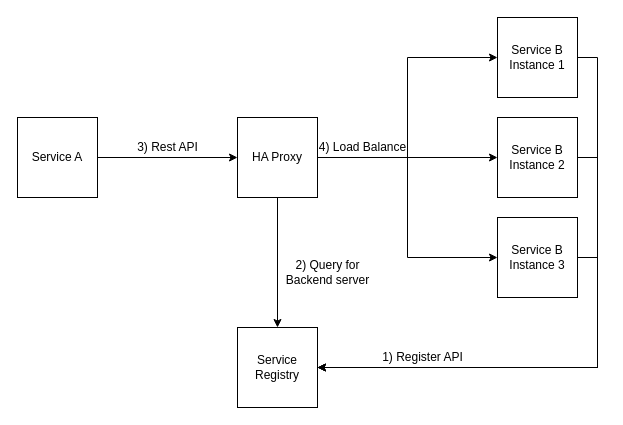
Earlier version of the draw.io diagram Untitled Diagram.drawio (virendarkmr/diagram). Source tidied: cells renumbered, new cells numbered last; positions are measured from the earlier drawing's top-left corner, leaving out a move shared by most shapes. Both pictures are drawn from the tidied source at 100%, with x=0, y=0 at pixel (17, 17).
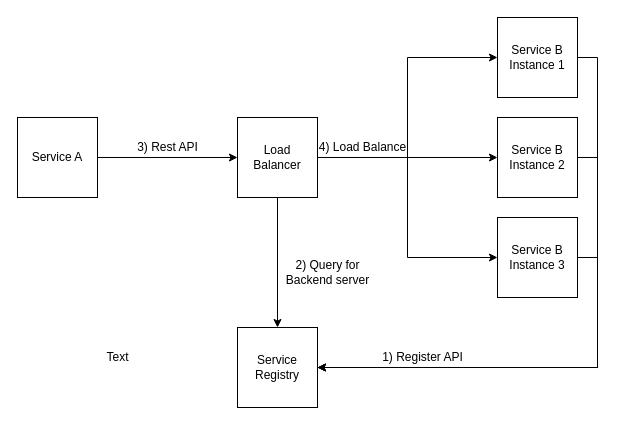
After the change.

Commit message:
changed haproxy to load balancer

Change to the diagram source:
```diff
@@
-    <mxCell id="4" value="HA Proxy" style="whiteSpace=wrap;html=1;" parent="1" vertex="1">
+    <mxCell id="4" value="Load &lt;br&gt;Balancer" style="whiteSpace=wrap;html=1;" parent="1" vertex="1">
       <mxGeometry x="220" y="100" width="80" height="80" as="geometry" />
     </mxCell>
@@
+    <mxCell id="20" value="Text" style="text;html=1;align=center;verticalAlign=middle;" parent="1" vertex="1">
+      <mxGeometry x="80" y="330" width="40" height="20" as="geometry" />
+    </mxCell>
```
